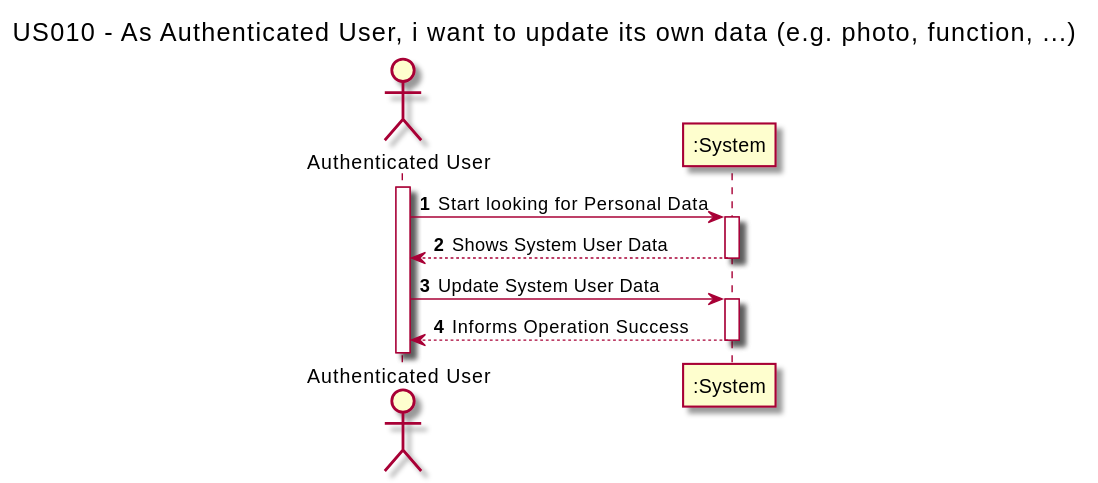
The PlantUML diagram docs/Sprint1/US007/US007-SSD.svg in nunogon1211787/projectManagement, before a commit. Its diagram source:
```plantuml
@startuml

title US010 - As Authenticated User, i want to update its own data (e.g. photo, function, ...)

autoactivate on
autonumber

actor "Authenticated User" as user
participant ":System" as System

activate user

user -> System: Start looking for Personal Data
System --> user: Shows System User Data

user -> System: Update System User Data
System --> user: Informs Operation Success
@enduml
```
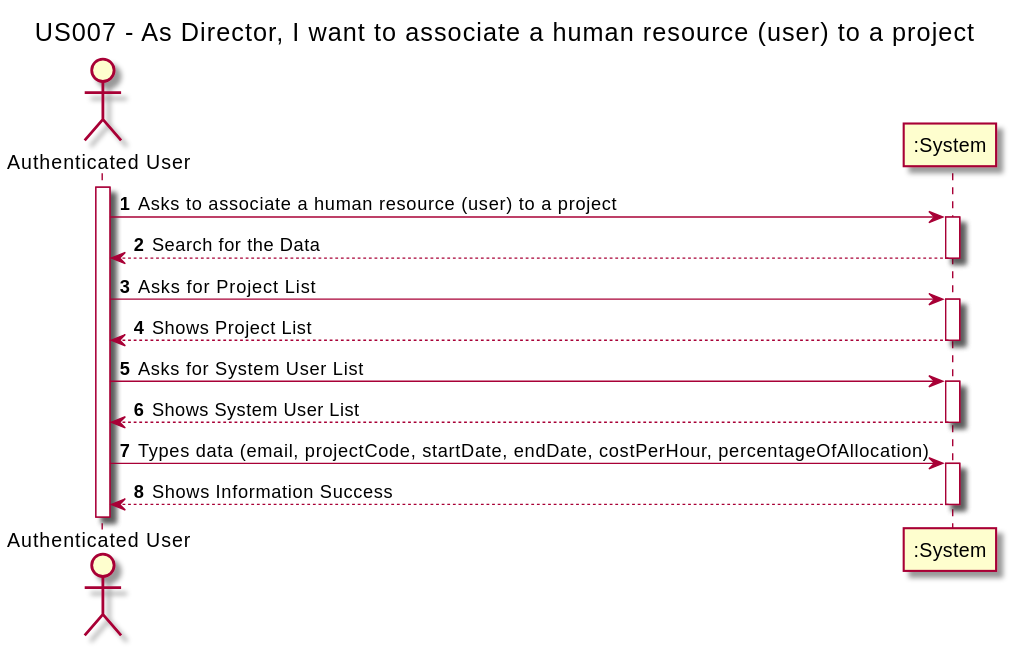
Above is the later version.

Diff of the diagram source:
```diff
@@ -1,6 +1,6 @@
 @startuml
 
-title US010 - As Authenticated User, i want to update its own data (e.g. photo, function, ...)
+title US007 - As Director, I want to associate a human resource (user) to a project
 
 autoactivate on
 autonumber
@@ -10,9 +10,15 @@
 
 activate user
 
-user -> System: Start looking for Personal Data
-System --> user: Shows System User Data
+user -> System: Asks to associate a human resource (user) to a project
+System --> user: Search for the Data
 
-user -> System: Update System User Data
-System --> user: Informs Operation Success
+user -> System: Asks for Project List
+System --> user: Shows Project List
+
+user -> System: Asks for System User List
+System --> user: Shows System User List
+
+user -> System: Types data (email, projectCode, startDate, endDate, costPerHour, percentageOfAllocation)
+System --> user: Shows Information Success
 @enduml
```
